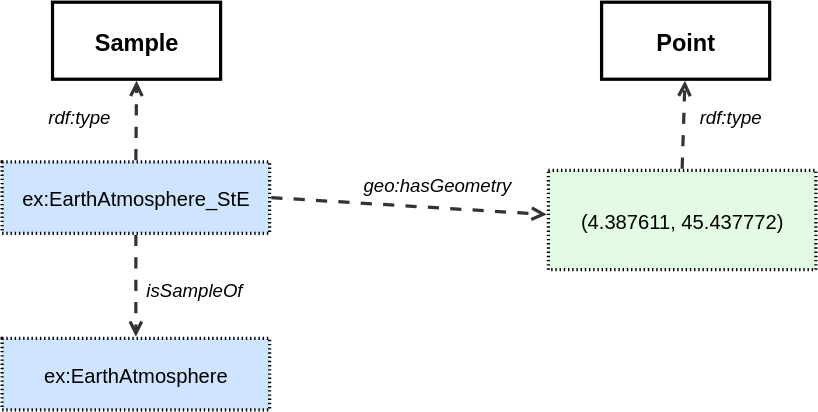
This is ssn/images/LocatedSample.svg from w3c/sdw-sosa-ssn, a draw.io export, as it was before one commit. Source tidied: cells renumbered, new cells last; positions are measured from the earlier drawing's top-left corner, leaving out a move shared by most shapes.
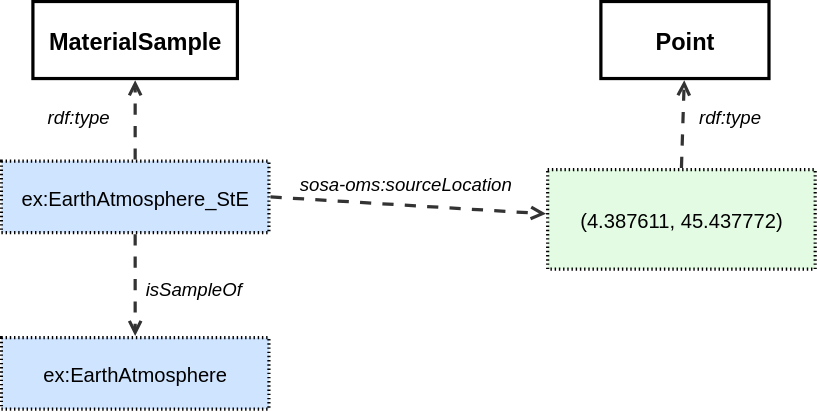
The same file after the commit.

Change to the diagram source:
```diff
@@ -5,8 +5,8 @@
     <mxCell id="2" value="&lt;font&gt;ex:EarthAtmosphere_StE&lt;/font&gt;" style="html=1;overflow=block;blockSpacing=1;whiteSpace=wrap;fontSize=14.4;fontFamily=Helvetica;fontColor=default;align=center;spacing=0;strokeOpacity=100;fillOpacity=100;fillColor=#cfe4ff;dashed=1;fixDash=1;dashPattern=1 2;strokeWidth=2.3;convertToSvg=1;" parent="1" vertex="1">
       <mxGeometry y="114" width="191" height="51" as="geometry" />
     </mxCell>
-    <mxCell id="3" value="Sample" style="html=1;overflow=block;blockSpacing=1;whiteSpace=wrap;fontSize=16.8;fontColor=default;fontStyle=1;align=center;spacing=0;strokeOpacity=100;fillOpacity=0;fillColor=#000000;strokeWidth=2.3;convertToSvg=1;fontFamily=Helvetica;" parent="1" vertex="1">
-      <mxGeometry x="36" width="120" height="55" as="geometry" />
+    <mxCell id="3" value="MaterialSample" style="html=1;overflow=block;blockSpacing=1;whiteSpace=wrap;fontSize=16.8;fontColor=default;fontStyle=1;align=center;spacing=0;strokeOpacity=100;fillOpacity=0;fillColor=#000000;strokeWidth=2.3;convertToSvg=1;fontFamily=Helvetica;" parent="1" vertex="1">
+      <mxGeometry x="22.5" width="146" height="55" as="geometry" />
     </mxCell>
     <mxCell id="4" value="rdf:type" style="html=1;overflow=block;blockSpacing=1;whiteSpace=wrap;fontSize=13.3;fontStyle=2;align=left;spacing=3.8;verticalAlign=top;strokeColor=none;fillOpacity=0;fillColor=#ffffff;dashed=1;fixDash=1;dashPattern=16 6;strokeWidth=0;lucidId=0ZtLoD1I2n68;fontColor=default;convertToSvg=1;fontFamily=Helvetica;" parent="1" vertex="1">
       <mxGeometry x="30" y="72" width="70" height="28" as="geometry" />
@@ -20,8 +20,8 @@
     <mxCell id="7" style="html=1;jettySize=18;whiteSpace=wrap;fontSize=13;strokeColor=#333333;strokeOpacity=100;dashed=1;fixDash=1;dashPattern=8 8;strokeWidth=2.3;rounded=0;startArrow=none;endArrow=open;exitX=1.006;exitY=0.5;exitPerimeter=0;entryX=-0.006;entryY=0.445;entryPerimeter=0;lucidId=0ZtL0HBQd7HC;fontColor=default;convertToSvg=1;fontFamily=Helvetica;" parent="1" edge="1" source="2" target="6">
       <mxGeometry relative="1" as="geometry" />
     </mxCell>
-    <mxCell id="8" value="geo:hasGeometry" style="html=1;overflow=block;blockSpacing=1;whiteSpace=wrap;fontSize=13.3;fontStyle=2;align=left;spacing=3.8;verticalAlign=top;strokeColor=none;fillOpacity=0;fillColor=#ffffff;dashed=1;fixDash=1;dashPattern=16 6;strokeWidth=0;lucidId=0ZtLjIqilOCG;fontColor=default;convertToSvg=1;fontFamily=Helvetica;" parent="1" vertex="1">
-      <mxGeometry x="255" y="120" width="101" height="24" as="geometry" />
+    <mxCell id="8" value="sosa-oms:sourceLocation" style="html=1;overflow=block;blockSpacing=1;whiteSpace=wrap;fontSize=13.3;fontStyle=2;align=left;spacing=3.8;verticalAlign=top;strokeColor=none;fillOpacity=0;fillColor=#ffffff;dashed=1;fixDash=1;dashPattern=16 6;strokeWidth=0;lucidId=0ZtLjIqilOCG;fontColor=default;convertToSvg=1;fontFamily=Helvetica;" parent="1" vertex="1">
+      <mxGeometry x="210" y="120" width="101" height="24" as="geometry" />
     </mxCell>
     <mxCell id="9" value="Point" style="html=1;overflow=block;blockSpacing=1;whiteSpace=wrap;fontSize=16.8;fontColor=default;fontStyle=1;align=center;spacing=0;strokeOpacity=100;fillOpacity=0;fillColor=#000000;strokeWidth=2.3;convertToSvg=1;fontFamily=Helvetica;" parent="1" vertex="1">
       <mxGeometry x="428" width="120" height="55" as="geometry" />
```
